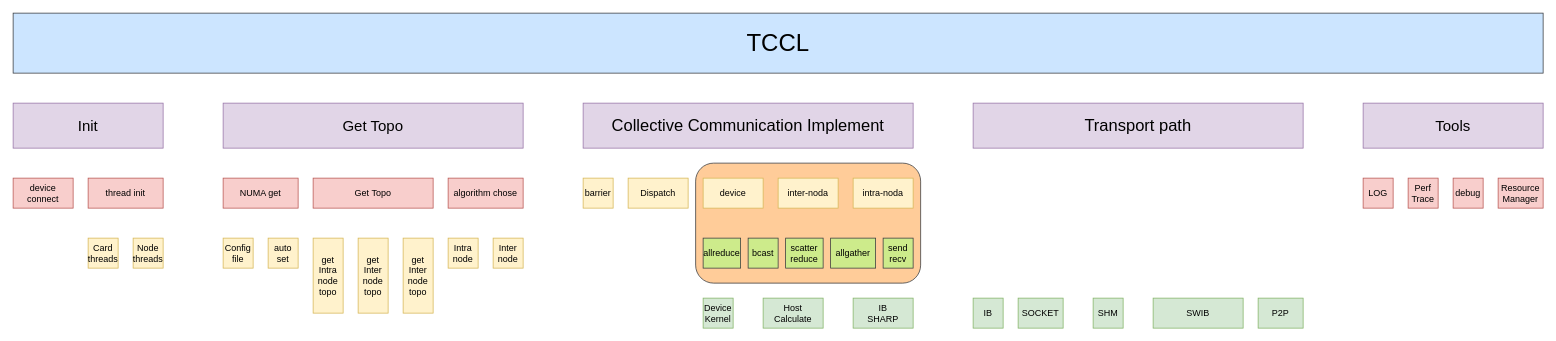
BEYHHH/SBLP keeps this draw.io diagram as TCCL/TCCL_ARCH/tccl_structure.drawio. Above is the earlier version. Source tidied: cells renumbered, new cells numbered last; positions are measured from the earlier drawing's top-left corner, leaving out a move shared by most shapes. Both pictures are drawn from the tidied source at 75%, with x=0, y=0 at pixel (13, 13).
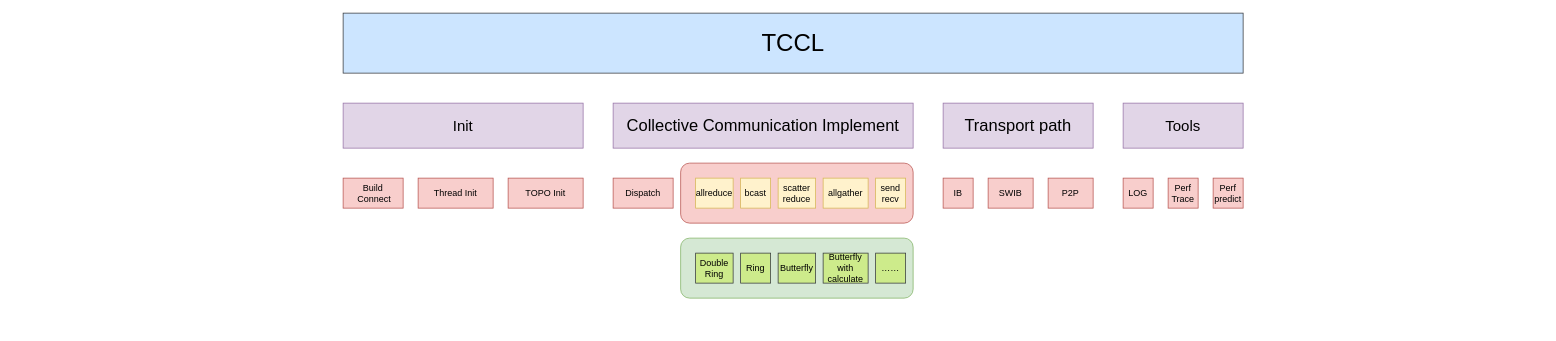
The same page after the edit.

The edit, as a diff of the source:
```diff
@@
-    <mxCell id="2" style="rounded=1;whiteSpace=wrap;html=1;fillColor=#ffcc99;strokeColor=#36393d;" parent="1" vertex="1">
-      <mxGeometry x="910" y="200" width="300" height="160" as="geometry" />
+    <mxCell id="2" style="rounded=1;whiteSpace=wrap;html=1;fillColor=#f8cecc;strokeColor=#b85450;" parent="1" vertex="1">
+      <mxGeometry x="890" y="200" width="310" height="80" as="geometry" />
     </mxCell>
     <mxCell id="3" value="&lt;font style=&quot;font-size: 32px;&quot;&gt;TCCL&lt;/font&gt;" style="rounded=0;whiteSpace=wrap;html=1;fillColor=#cce5ff;strokeColor=#36393d;" parent="1" vertex="1">
-      <mxGeometry width="2040" height="80" as="geometry" />
+      <mxGeometry x="440" width="1200" height="80" as="geometry" />
     </mxCell>
     <mxCell id="4" value="Init" style="rounded=0;whiteSpace=wrap;html=1;fillColor=#e1d5e7;strokeColor=#9673a6;fontSize=20;" parent="1" vertex="1">
-      <mxGeometry y="120" width="200" height="60" as="geometry" />
+      <mxGeometry x="440" y="120" width="320" height="60" as="geometry" />
     </mxCell>
     <mxCell id="5" value="Tools" style="rounded=0;whiteSpace=wrap;html=1;fillColor=#e1d5e7;strokeColor=#9673a6;fontSize=20;" parent="1" vertex="1">
-      <mxGeometry x="1800" y="120" width="240" height="60" as="geometry" />
+      <mxGeometry x="1480" y="120" width="160" height="60" as="geometry" />
     </mxCell>
     <mxCell id="6" value="LOG" style="rounded=0;whiteSpace=wrap;html=1;fillColor=#f8cecc;strokeColor=#b85450;" parent="1" vertex="1">
-      <mxGeometry x="1800" y="220" width="40" height="40" as="geometry" />
+      <mxGeometry x="1480" y="220" width="40" height="40" as="geometry" />
     </mxCell>
     <mxCell id="7" value="Perf Trace" style="rounded=0;whiteSpace=wrap;html=1;fillColor=#f8cecc;strokeColor=#b85450;" parent="1" vertex="1">
-      <mxGeometry x="1860" y="220" width="40" height="40" as="geometry" />
+      <mxGeometry x="1540" y="220" width="40" height="40" as="geometry" />
     </mxCell>
     <mxCell id="8" value="&lt;font style=&quot;font-size: 22px;&quot;&gt;Transport path&lt;/font&gt;" style="rounded=0;whiteSpace=wrap;html=1;fillColor=#e1d5e7;strokeColor=#9673a6;fontSize=21;" parent="1" vertex="1">
-      <mxGeometry x="1280" y="120" width="440" height="60" as="geometry" />
+      <mxGeometry x="1240" y="120" width="200" height="60" as="geometry" />
     </mxCell>
-    <mxCell id="9" value="Dispatch" style="rounded=0;whiteSpace=wrap;html=1;fillColor=#fff2cc;strokeColor=#d6b656;" parent="1" vertex="1">
-      <mxGeometry x="820" y="220" width="80" height="40" as="geometry" />
+    <mxCell id="9" value="Dispatch" style="rounded=0;whiteSpace=wrap;html=1;fillColor=#f8cecc;strokeColor=#b85450;" parent="1" vertex="1">
+      <mxGeometry x="800" y="220" width="80" height="40" as="geometry" />
     </mxCell>
-    <mxCell id="10" value="device" style="rounded=0;whiteSpace=wrap;html=1;fillColor=#fff2cc;strokeColor=#d6b656;" parent="1" vertex="1">
-      <mxGeometry x="920" y="220" width="80" height="40" as="geometry" />
-    </mxCell>
-    <mxCell id="11" value="intra-noda" style="rounded=0;whiteSpace=wrap;html=1;fillColor=#fff2cc;strokeColor=#d6b656;" parent="1" vertex="1">
-      <mxGeometry x="1120" y="220" width="80" height="40" as="geometry" />
-    </mxCell>
     <mxCell id="12" value="&lt;font style=&quot;font-size: 22px;&quot;&gt;Collective Communication Implement&lt;/font&gt;" style="rounded=0;whiteSpace=wrap;html=1;fillColor=#e1d5e7;strokeColor=#9673a6;" parent="1" vertex="1">
-      <mxGeometry x="760" y="120" width="440" height="60" as="geometry" />
+      <mxGeometry x="800" y="120" width="400" height="60" as="geometry" />
     </mxCell>
-    <mxCell id="13" value="IB" style="rounded=0;whiteSpace=wrap;html=1;fillColor=#d5e8d4;strokeColor=#82b366;" parent="1" vertex="1">
-      <mxGeometry x="1280" y="380" width="40" height="40" as="geometry" />
+    <mxCell id="13" value="IB" style="rounded=0;whiteSpace=wrap;html=1;fillColor=#f8cecc;strokeColor=#b85450;" parent="1" vertex="1">
+      <mxGeometry x="1240" y="220" width="40" height="40" as="geometry" />
     </mxCell>
-    <mxCell id="14" value="SOCKET" style="rounded=0;whiteSpace=wrap;html=1;fillColor=#d5e8d4;strokeColor=#82b366;" parent="1" vertex="1">
-      <mxGeometry x="1340" y="380" width="60" height="40" as="geometry" />
-    </mxCell>
-    <mxCell id="15" value="SWIB" style="rounded=0;whiteSpace=wrap;html=1;fillColor=#d5e8d4;strokeColor=#82b366;" parent="1" vertex="1">
-      <mxGeometry x="1520" y="380" width="120" height="40" as="geometry" />
+    <mxCell id="15" value="SWIB" style="rounded=0;whiteSpace=wrap;html=1;fillColor=#f8cecc;strokeColor=#b85450;" parent="1" vertex="1">
+      <mxGeometry x="1300" y="220" width="60" height="40" as="geometry" />
     </mxCell>
-    <mxCell id="16" value="P2P" style="rounded=0;whiteSpace=wrap;html=1;fillColor=#d5e8d4;strokeColor=#82b366;" parent="1" vertex="1">
-      <mxGeometry x="1660" y="380" width="60" height="40" as="geometry" />
+    <mxCell id="16" value="P2P" style="rounded=0;whiteSpace=wrap;html=1;fillColor=#f8cecc;strokeColor=#b85450;" parent="1" vertex="1">
+      <mxGeometry x="1380" y="220" width="60" height="40" as="geometry" />
     </mxCell>
-    <mxCell id="17" value="SHM" style="rounded=0;whiteSpace=wrap;html=1;fillColor=#d5e8d4;strokeColor=#82b366;" parent="1" vertex="1">
-      <mxGeometry x="1440" y="380" width="40" height="40" as="geometry" />
-    </mxCell>
-    <mxCell id="18" value="inter-noda" style="rounded=0;whiteSpace=wrap;html=1;fillColor=#fff2cc;strokeColor=#d6b656;" parent="1" vertex="1">
-      <mxGeometry x="1020" y="220" width="80" height="40" as="geometry" />
-    </mxCell>
-    <mxCell id="19" value="Resource Manager" style="rounded=0;whiteSpace=wrap;html=1;fillColor=#f8cecc;strokeColor=#b85450;" parent="1" vertex="1">
-      <mxGeometry x="1980" y="220" width="60" height="40" as="geometry" />
-    </mxCell>
-    <mxCell id="20" value="debug" style="rounded=0;whiteSpace=wrap;html=1;fillColor=#f8cecc;strokeColor=#b85450;" parent="1" vertex="1">
-      <mxGeometry x="1920" y="220" width="40" height="40" as="geometry" />
-    </mxCell>
-    <mxCell id="21" value="allreduce" style="rounded=0;whiteSpace=wrap;html=1;fillColor=#cdeb8b;strokeColor=#36393d;" parent="1" vertex="1">
-      <mxGeometry x="920" y="300" width="50" height="40" as="geometry" />
+    <mxCell id="21" value="allreduce" style="rounded=0;whiteSpace=wrap;html=1;fillColor=#fff2cc;strokeColor=#d6b656;" parent="1" vertex="1">
+      <mxGeometry x="910" y="220" width="50" height="40" as="geometry" />
     </mxCell>
-    <mxCell id="22" value="bcast" style="rounded=0;whiteSpace=wrap;html=1;fillColor=#cdeb8b;strokeColor=#36393d;" parent="1" vertex="1">
-      <mxGeometry x="980" y="300" width="40" height="40" as="geometry" />
+    <mxCell id="22" value="bcast" style="rounded=0;whiteSpace=wrap;html=1;fillColor=#fff2cc;strokeColor=#d6b656;" parent="1" vertex="1">
+      <mxGeometry x="970" y="220" width="40" height="40" as="geometry" />
     </mxCell>
-    <mxCell id="23" value="scatter&lt;br&gt;reduce" style="rounded=0;whiteSpace=wrap;html=1;fillColor=#cdeb8b;strokeColor=#36393d;" parent="1" vertex="1">
-      <mxGeometry x="1030" y="300" width="50" height="40" as="geometry" />
+    <mxCell id="23" value="scatter&lt;br&gt;reduce" style="rounded=0;whiteSpace=wrap;html=1;fillColor=#fff2cc;strokeColor=#d6b656;" parent="1" vertex="1">
+      <mxGeometry x="1020" y="220" width="50" height="40" as="geometry" />
     </mxCell>
-    <mxCell id="24" value="allgather" style="rounded=0;whiteSpace=wrap;html=1;fillColor=#cdeb8b;strokeColor=#36393d;" parent="1" vertex="1">
-      <mxGeometry x="1090" y="300" width="60" height="40" as="geometry" />
+    <mxCell id="24" value="allgather" style="rounded=0;whiteSpace=wrap;html=1;fillColor=#fff2cc;strokeColor=#d6b656;" parent="1" vertex="1">
+      <mxGeometry x="1080" y="220" width="60" height="40" as="geometry" />
     </mxCell>
-    <mxCell id="25" value="send&lt;br&gt;recv" style="rounded=0;whiteSpace=wrap;html=1;fillColor=#cdeb8b;strokeColor=#36393d;" parent="1" vertex="1">
-      <mxGeometry x="1160" y="300" width="40" height="40" as="geometry" />
+    <mxCell id="25" value="send&lt;br&gt;recv" style="rounded=0;whiteSpace=wrap;html=1;fillColor=#fff2cc;strokeColor=#d6b656;" parent="1" vertex="1">
+      <mxGeometry x="1150" y="220" width="40" height="40" as="geometry" />
     </mxCell>
-    <mxCell id="26" value="barrier" style="rounded=0;whiteSpace=wrap;html=1;fillColor=#fff2cc;strokeColor=#d6b656;" parent="1" vertex="1">
-      <mxGeometry x="760" y="220" width="40" height="40" as="geometry" />
-    </mxCell>
-    <mxCell id="27" value="Device&lt;br&gt;Kernel" style="rounded=0;whiteSpace=wrap;html=1;fillColor=#d5e8d4;strokeColor=#82b366;" parent="1" vertex="1">
-      <mxGeometry x="920" y="380" width="40" height="40" as="geometry" />
-    </mxCell>
-    <mxCell id="28" value="Host&lt;br&gt;Calculate" style="rounded=0;whiteSpace=wrap;html=1;fillColor=#d5e8d4;strokeColor=#82b366;" parent="1" vertex="1">
-      <mxGeometry x="1000" y="380" width="80" height="40" as="geometry" />
-    </mxCell>
-    <mxCell id="29" value="thread init" style="rounded=0;whiteSpace=wrap;html=1;fillColor=#f8cecc;strokeColor=#b85450;" parent="1" vertex="1">
-      <mxGeometry x="100" y="220" width="100" height="40" as="geometry" />
+    <mxCell id="29" value="Thread Init" style="rounded=0;whiteSpace=wrap;html=1;fillColor=#f8cecc;strokeColor=#b85450;" parent="1" vertex="1">
+      <mxGeometry x="540" y="220" width="100" height="40" as="geometry" />
     </mxCell>
-    <mxCell id="30" value="algorithm chose" style="rounded=0;whiteSpace=wrap;html=1;fillColor=#f8cecc;strokeColor=#b85450;" parent="1" vertex="1">
-      <mxGeometry x="580" y="220" width="100" height="40" as="geometry" />
-    </mxCell>
-    <mxCell id="31" value="Card&lt;br&gt;threads" style="rounded=0;whiteSpace=wrap;html=1;fillColor=#fff2cc;strokeColor=#d6b656;" parent="1" vertex="1">
-      <mxGeometry x="100" y="300" width="40" height="40" as="geometry" />
-    </mxCell>
-    <mxCell id="32" value="Node&lt;br&gt;threads" style="rounded=0;whiteSpace=wrap;html=1;fillColor=#fff2cc;strokeColor=#d6b656;" parent="1" vertex="1">
-      <mxGeometry x="160" y="300" width="40" height="40" as="geometry" />
-    </mxCell>
-    <mxCell id="33" value="Intra&lt;br&gt;node" style="rounded=0;whiteSpace=wrap;html=1;fillColor=#fff2cc;strokeColor=#d6b656;" parent="1" vertex="1">
-      <mxGeometry x="580" y="300" width="40" height="40" as="geometry" />
-    </mxCell>
-    <mxCell id="34" value="Inter&lt;br&gt;node" style="rounded=0;whiteSpace=wrap;html=1;fillColor=#fff2cc;strokeColor=#d6b656;" parent="1" vertex="1">
-      <mxGeometry x="640" y="300" width="40" height="40" as="geometry" />
-    </mxCell>
-    <mxCell id="35" value="NUMA get" style="rounded=0;whiteSpace=wrap;html=1;fillColor=#f8cecc;strokeColor=#b85450;" parent="1" vertex="1">
-      <mxGeometry x="280" y="220" width="100" height="40" as="geometry" />
-    </mxCell>
-    <mxCell id="36" value="Config&lt;br&gt;file" style="rounded=0;whiteSpace=wrap;html=1;fillColor=#fff2cc;strokeColor=#d6b656;" parent="1" vertex="1">
-      <mxGeometry x="280" y="300" width="40" height="40" as="geometry" />
-    </mxCell>
-    <mxCell id="37" value="auto&lt;br&gt;set" style="rounded=0;whiteSpace=wrap;html=1;fillColor=#fff2cc;strokeColor=#d6b656;" parent="1" vertex="1">
-      <mxGeometry x="340" y="300" width="40" height="40" as="geometry" />
-    </mxCell>
-    <mxCell id="38" value="device connect" style="rounded=0;whiteSpace=wrap;html=1;fillColor=#f8cecc;strokeColor=#b85450;" parent="1" vertex="1">
-      <mxGeometry y="220" width="80" height="40" as="geometry" />
+    <mxCell id="38" value="Build&lt;br&gt;&amp;nbsp;Connect" style="rounded=0;whiteSpace=wrap;html=1;fillColor=#f8cecc;strokeColor=#b85450;" parent="1" vertex="1">
+      <mxGeometry x="440" y="220" width="80" height="40" as="geometry" />
     </mxCell>
-    <mxCell id="39" value="Get Topo" style="rounded=0;whiteSpace=wrap;html=1;fillColor=#e1d5e7;strokeColor=#9673a6;fontSize=20;" parent="1" vertex="1">
-      <mxGeometry x="280" y="120" width="400" height="60" as="geometry" />
-    </mxCell>
-    <mxCell id="40" value="Get Topo" style="rounded=0;whiteSpace=wrap;html=1;fillColor=#f8cecc;strokeColor=#b85450;" parent="1" vertex="1">
-      <mxGeometry x="400" y="220" width="160" height="40" as="geometry" />
-    </mxCell>
-    <mxCell id="41" value="get&lt;br&gt;Intra&lt;br&gt;node&lt;br&gt;topo" style="rounded=0;whiteSpace=wrap;html=1;fillColor=#fff2cc;strokeColor=#d6b656;" parent="1" vertex="1">
-      <mxGeometry x="400" y="300" width="40" height="100" as="geometry" />
-    </mxCell>
-    <mxCell id="42" value="get&lt;br&gt;Inter&lt;br&gt;node&lt;br&gt;topo" style="rounded=0;whiteSpace=wrap;html=1;fillColor=#fff2cc;strokeColor=#d6b656;" parent="1" vertex="1">
-      <mxGeometry x="460" y="300" width="40" height="100" as="geometry" />
-    </mxCell>
-    <mxCell id="43" value="get&lt;br&gt;Inter&lt;br&gt;node&lt;br&gt;topo" style="rounded=0;whiteSpace=wrap;html=1;fillColor=#fff2cc;strokeColor=#d6b656;" parent="1" vertex="1">
-      <mxGeometry x="520" y="300" width="40" height="100" as="geometry" />
-    </mxCell>
-    <mxCell id="44" value="IB&lt;br&gt;SHARP" style="rounded=0;whiteSpace=wrap;html=1;fillColor=#d5e8d4;strokeColor=#82b366;" parent="1" vertex="1">
-      <mxGeometry x="1120" y="380" width="80" height="40" as="geometry" />
-    </mxCell>
+    <mxCell id="45" value="Perf&lt;br&gt;predict" style="rounded=0;whiteSpace=wrap;html=1;fillColor=#f8cecc;strokeColor=#b85450;" parent="1" vertex="1">
+      <mxGeometry x="1600" y="220" width="40" height="40" as="geometry" />
+    </mxCell>
+    <mxCell id="46" value="TOPO Init" style="rounded=0;whiteSpace=wrap;html=1;fillColor=#f8cecc;strokeColor=#b85450;" parent="1" vertex="1">
+      <mxGeometry x="660" y="220" width="100" height="40" as="geometry" />
+    </mxCell>
+    <mxCell id="47" style="rounded=1;whiteSpace=wrap;html=1;fillColor=#d5e8d4;strokeColor=#82b366;" parent="1" vertex="1">
+      <mxGeometry x="890" y="300" width="310" height="80" as="geometry" />
+    </mxCell>
+    <mxCell id="48" value="Double Ring" style="rounded=0;whiteSpace=wrap;html=1;fillColor=#cdeb8b;strokeColor=#36393d;" parent="1" vertex="1">
+      <mxGeometry x="910" y="320" width="50" height="40" as="geometry" />
+    </mxCell>
+    <mxCell id="49" value="Ring" style="rounded=0;whiteSpace=wrap;html=1;fillColor=#cdeb8b;strokeColor=#36393d;" parent="1" vertex="1">
+      <mxGeometry x="970" y="320" width="40" height="40" as="geometry" />
+    </mxCell>
+    <mxCell id="50" value="Butterfly" style="rounded=0;whiteSpace=wrap;html=1;fillColor=#cdeb8b;strokeColor=#36393d;" parent="1" vertex="1">
+      <mxGeometry x="1020" y="320" width="50" height="40" as="geometry" />
+    </mxCell>
+    <mxCell id="51" value="Butterfly with calculate" style="rounded=0;whiteSpace=wrap;html=1;fillColor=#cdeb8b;strokeColor=#36393d;" parent="1" vertex="1">
+      <mxGeometry x="1080" y="320" width="60" height="40" as="geometry" />
+    </mxCell>
+    <mxCell id="52" value="……" style="rounded=0;whiteSpace=wrap;html=1;fillColor=#cdeb8b;strokeColor=#36393d;" parent="1" vertex="1">
+      <mxGeometry x="1150" y="320" width="40" height="40" as="geometry" />
+    </mxCell>
```
